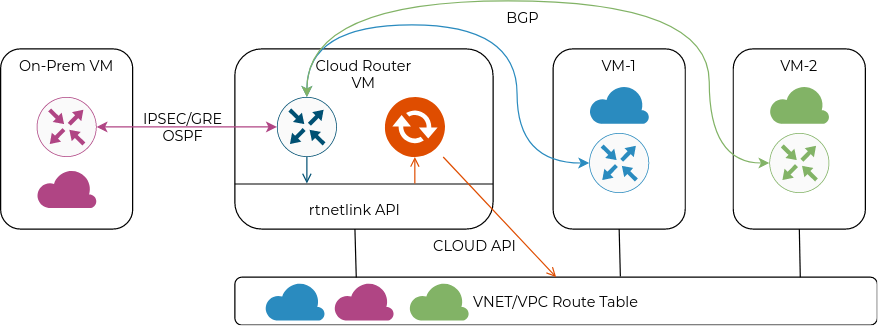
Before: image.png, a diagram exported from draw.io (networkop/cloudroutesync). Source tidied: cells renumbered, new cells last; positions are measured from the earlier drawing's top-left corner, leaving out a move shared by most shapes.
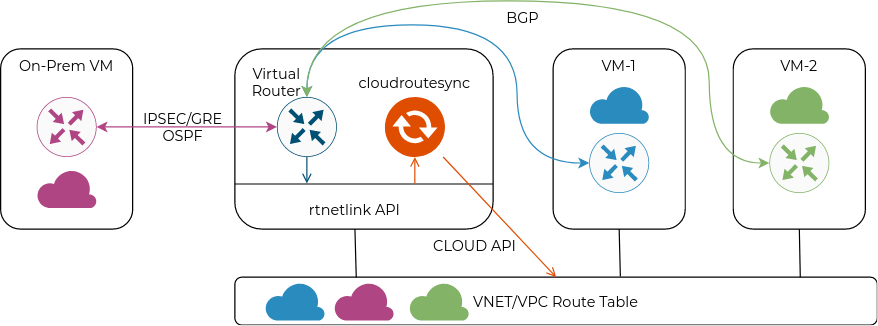
Later version of the same file.

Commit message:
Updated GCP with nexthop self

What changed in the source:
```diff
@@ -2,7 +2,7 @@
   <root>
     <mxCell id="0" />
     <mxCell id="1" parent="0" />
-    <mxCell id="2" value="&lt;div&gt;Cloud Router&lt;/div&gt;&lt;div&gt; VM&lt;/div&gt;" style="rounded=1;whiteSpace=wrap;html=1;fontFamily=Montserrat;fontSource=https%3A%2F%2Ffonts.googleapis.com%2Fcss%3Ffamily%3DMontserrat;verticalAlign=top;" parent="1" vertex="1">
+    <mxCell id="2" style="rounded=1;whiteSpace=wrap;html=1;fontFamily=Montserrat;fontSource=https%3A%2F%2Ffonts.googleapis.com%2Fcss%3Ffamily%3DMontserrat;verticalAlign=top;" parent="1" vertex="1">
       <mxGeometry x="195" y="40" width="215" height="150" as="geometry" />
     </mxCell>
     <mxCell id="3" style="points=[[0.5,0,0],[1,0.5,0],[0.5,1,0],[0,0.5,0],[0.145,0.145,0],[0.8555,0.145,0],[0.855,0.8555,0],[0.145,0.855,0]];verticalLabelPosition=bottom;html=1;verticalAlign=top;align=center;shape=mxgraph.cisco19.rect;prIcon=router;fillColor=#FAFAFA;strokeColor=#005073;" parent="1" vertex="1">
@@ -109,5 +109,11 @@
     <mxCell id="31" value="CLOUD API" style="text;whiteSpace=wrap;html=1;fontFamily=Montserrat;align=center;" parent="1" vertex="1">
       <mxGeometry x="330" y="190" width="130" height="30" as="geometry" />
     </mxCell>
+    <mxCell id="32" value="Virtual Router" style="text;whiteSpace=wrap;html=1;fontFamily=Montserrat;align=center;" parent="1" vertex="1">
+      <mxGeometry x="190" y="47" width="80" height="30" as="geometry" />
+    </mxCell>
+    <mxCell id="33" value="cloudroutesync" style="text;whiteSpace=wrap;html=1;fontFamily=Montserrat;align=center;" parent="1" vertex="1">
+      <mxGeometry x="305" y="54" width="80" height="30" as="geometry" />
+    </mxCell>
   </root>
 </mxGraphModel>
```
